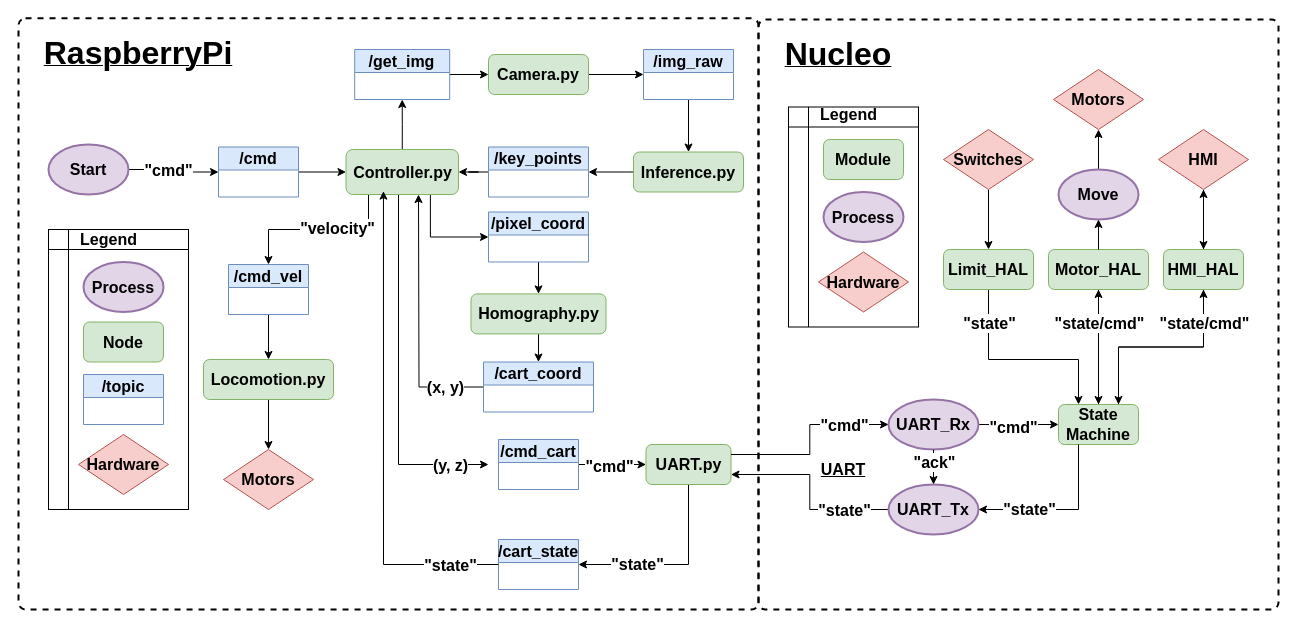
This is draw/control_res.drawio from loganhartford/weedy_scripts, a draw.io file, before an edit. Source tidied: cells renumbered, new cells numbered last; positions are measured from the earlier drawing's top-left corner, leaving out a move shared by most shapes. Both pictures are drawn from the tidied source at 100%, with x=0, y=0 at pixel (18, 18).
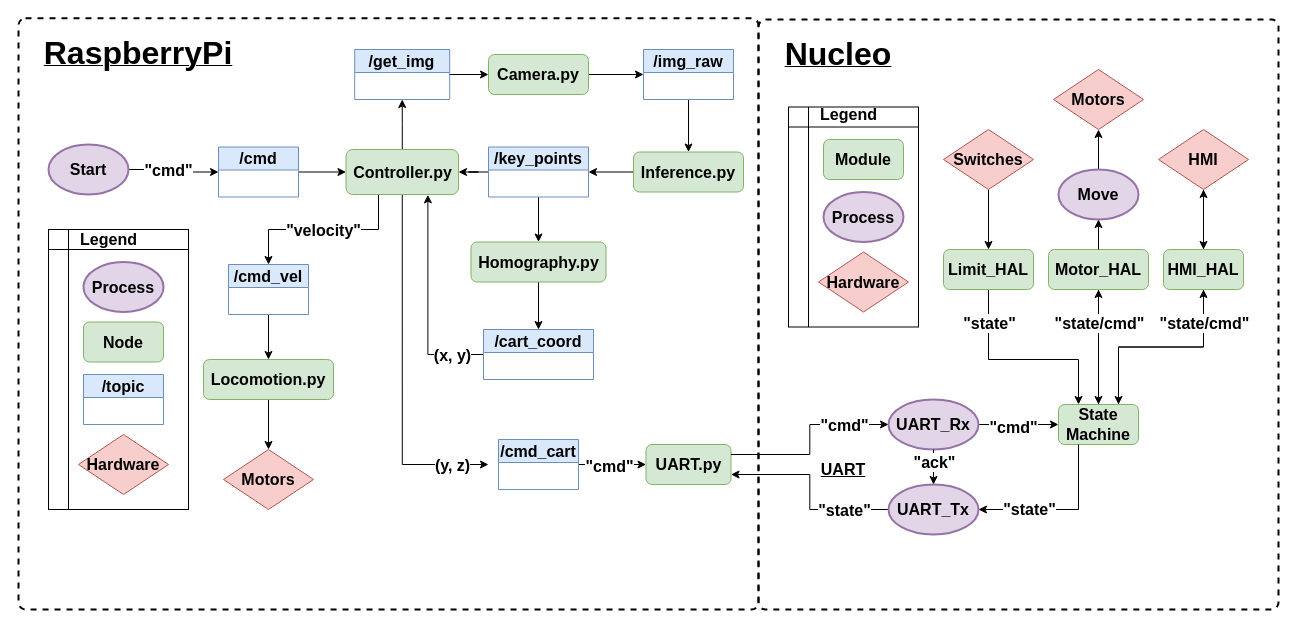
After the change.

Unchanged cells that the change refers to:
```xml
<mxCell id="13" value="Controller.py" style="rounded=1;whiteSpace=wrap;html=1;fillColor=#d5e8d4;strokeColor=#82b366;fontSize=16;fontStyle=1;" parent="1" vertex="1">
  <mxGeometry x="327.5" y="131" width="112.5" height="45" as="geometry" />
</mxCell>
<mxCell id="21" value="/cmd_vel" style="swimlane;whiteSpace=wrap;html=1;fillColor=#dae8fc;strokeColor=#6c8ebf;fontSize=16;fontStyle=1;" parent="1" vertex="1">
  <mxGeometry x="210" y="246" width="80" height="50" as="geometry" />
</mxCell>
<mxCell id="35" value="/key_points" style="swimlane;whiteSpace=wrap;html=1;startSize=23;fillColor=#dae8fc;strokeColor=#6c8ebf;fontSize=16;fontStyle=1;" parent="1" vertex="1">
  <mxGeometry x="470" y="128.5" width="100" height="50" as="geometry" />
</mxCell>
<mxCell id="48" value="UART.py" style="rounded=1;whiteSpace=wrap;html=1;fillColor=#d5e8d4;strokeColor=#82b366;fontSize=16;fontStyle=1;" parent="1" vertex="1">
  <mxGeometry x="627.5" y="426" width="85" height="40" as="geometry" />
</mxCell>
```

What changed in the source:
```diff
@@
-    <mxCell id="7" style="edgeStyle=orthogonalEdgeStyle;rounded=0;jettySize=auto;html=1;exitX=0.5;exitY=1;exitDx=0;exitDy=0;entryX=0.5;entryY=0;entryDx=0;entryDy=0;fontSize=16;fontStyle=1;" parent="1" edge="1" source="13" target="21">
+    <mxCell id="7" style="edgeStyle=orthogonalEdgeStyle;rounded=0;jettySize=auto;html=1;exitX=0.5;exitY=1;exitDx=0;exitDy=0;entryX=0.5;entryY=0;entryDx=0;entryDy=0;fontSize=16;fontStyle=1;" parent="1" edge="1" target="21">
       <mxGeometry relative="1" as="geometry">
+        <mxPoint x="393.8" y="176" as="sourcePoint" />
         <Array as="points">
-          <mxPoint x="350" y="176" />
-          <mxPoint x="350" y="211" />
+          <mxPoint x="360" y="176" />
+          <mxPoint x="360" y="211" />
           <mxPoint x="250" y="211" />
         </Array>
       </mxGeometry>
     </mxCell>
     <mxCell id="8" value="&quot;velocity&quot;" style="edgeLabel;html=1;align=center;verticalAlign=middle;fontSize=16;fontStyle=1;" parent="7" vertex="1">
-      <mxGeometry x="-0.02" y="-2" relative="1" as="geometry" />
+      <mxGeometry x="-0.02" y="-2" relative="1" as="geometry">
+        <mxPoint x="-19" y="2" as="offset" />
+      </mxGeometry>
     </mxCell>
@@
-    <mxCell id="10" style="edgeStyle=orthogonalEdgeStyle;rounded=0;orthogonalLoop=1;jettySize=auto;html=1;exitX=0.5;exitY=1;exitDx=0;exitDy=0;entryX=0;entryY=0.5;entryDx=0;entryDy=0;fontSize=16;fontStyle=1;" parent="1" edge="1">
+    <mxCell id="10" style="edgeStyle=orthogonalEdgeStyle;rounded=0;jettySize=auto;html=1;exitX=0.5;exitY=1;exitDx=0;exitDy=0;entryX=0;entryY=0.5;entryDx=0;entryDy=0;fontSize=16;fontStyle=1;" parent="1" edge="1" source="13">
       <mxGeometry relative="1" as="geometry">
-        <mxPoint x="365" y="176" as="sourcePoint" />
         <mxPoint x="470" y="446" as="targetPoint" />
         <Array as="points">
-          <mxPoint x="380" y="176" />
-          <mxPoint x="380" y="446" />
+          <mxPoint x="384" y="446" />
         </Array>
       </mxGeometry>
     </mxCell>
@@
-    <mxCell id="12" style="edgeStyle=orthogonalEdgeStyle;rounded=0;jettySize=auto;html=1;exitX=0.75;exitY=1;exitDx=0;exitDy=0;entryX=0;entryY=0.5;entryDx=0;entryDy=0;" parent="1" edge="1" source="13" target="93">
-      <mxGeometry relative="1" as="geometry" />
-    </mxCell>
@@
+    <mxCell id="94" style="edgeStyle=orthogonalEdgeStyle;rounded=0;jettySize=auto;html=1;exitX=0.5;exitY=1;exitDx=0;exitDy=0;entryX=0.5;entryY=0;entryDx=0;entryDy=0;" parent="1" edge="1" source="35" target="37">
+      <mxGeometry relative="1" as="geometry" />
+    </mxCell>
@@
     <mxCell id="37" value="Homography.py" style="rounded=1;whiteSpace=wrap;html=1;fillColor=#d5e8d4;strokeColor=#82b366;fontSize=16;fontStyle=1;" parent="1" vertex="1">
-      <mxGeometry x="452.5" y="275.4" width="135" height="40" as="geometry" />
+      <mxGeometry x="452.5" y="223.5" width="135" height="40" as="geometry" />
     </mxCell>
-    <mxCell id="38" style="edgeStyle=orthogonalEdgeStyle;rounded=0;jettySize=auto;html=1;exitX=0;exitY=0.5;exitDx=0;exitDy=0;entryX=0.5;entryY=1;entryDx=0;entryDy=0;fontSize=16;fontStyle=1;" parent="1" edge="1" source="40">
+    <mxCell id="38" style="edgeStyle=orthogonalEdgeStyle;rounded=0;jettySize=auto;html=1;exitX=0;exitY=0.5;exitDx=0;exitDy=0;entryX=0.728;entryY=1.006;entryDx=0;entryDy=0;fontSize=16;fontStyle=1;entryPerimeter=0;" parent="1" edge="1" source="40" target="13">
       <mxGeometry relative="1" as="geometry">
-        <mxPoint x="400" y="176" as="targetPoint" />
+        <Array as="points">
+          <mxPoint x="410" y="336" />
+          <mxPoint x="410" y="176" />
+        </Array>
       </mxGeometry>
     </mxCell>
@@
     <mxCell id="40" value="/cart_coord" style="swimlane;whiteSpace=wrap;html=1;fillColor=#dae8fc;strokeColor=#6c8ebf;fontSize=16;fontStyle=1;" parent="1" vertex="1">
-      <mxGeometry x="465" y="343.5" width="110" height="50" as="geometry" />
+      <mxGeometry x="465" y="311" width="110" height="50" as="geometry" />
     </mxCell>
@@
-    <mxCell id="46" style="edgeStyle=orthogonalEdgeStyle;rounded=0;jettySize=auto;html=1;exitX=0.5;exitY=1;exitDx=0;exitDy=0;entryX=1;entryY=0.5;entryDx=0;entryDy=0;fontSize=16;fontStyle=1;" parent="1" edge="1" source="48" target="62">
-      <mxGeometry relative="1" as="geometry" />
-    </mxCell>
-    <mxCell id="47" value="&quot;state&quot;" style="edgeLabel;html=1;align=center;verticalAlign=middle;fontSize=16;fontStyle=1;" parent="46" vertex="1">
-      <mxGeometry x="0.39" y="-1" relative="1" as="geometry" />
-    </mxCell>
@@
-    <mxCell id="62" value="/cart_state" style="swimlane;whiteSpace=wrap;html=1;fillColor=#dae8fc;strokeColor=#6c8ebf;fontSize=16;fontStyle=1;" parent="1" vertex="1">
-      <mxGeometry x="480" y="521" width="80" height="50" as="geometry" />
-    </mxCell>
@@
-    <mxCell id="90" style="edgeStyle=orthogonalEdgeStyle;rounded=0;jettySize=auto;html=1;exitX=0;exitY=0.5;exitDx=0;exitDy=0;entryX=0.333;entryY=0.926;entryDx=0;entryDy=0;entryPerimeter=0;" parent="1" edge="1" source="62" target="13">
-      <mxGeometry relative="1" as="geometry" />
-    </mxCell>
-    <mxCell id="91" value="&quot;state&quot;" style="edgeLabel;html=1;align=center;verticalAlign=middle;fontStyle=1;fontSize=16;" parent="90" vertex="1">
-      <mxGeometry x="-0.78" y="-2" relative="1" as="geometry">
-        <mxPoint x="5" y="2" as="offset" />
-      </mxGeometry>
-    </mxCell>
-    <mxCell id="92" style="edgeStyle=orthogonalEdgeStyle;rounded=0;jettySize=auto;html=1;exitX=0.5;exitY=1;exitDx=0;exitDy=0;entryX=0.5;entryY=0;entryDx=0;entryDy=0;" parent="1" edge="1" source="93" target="37">
-      <mxGeometry relative="1" as="geometry" />
-    </mxCell>
-    <mxCell id="93" value="/pixel_coord" style="swimlane;whiteSpace=wrap;html=1;startSize=23;fillColor=#dae8fc;strokeColor=#6c8ebf;fontSize=16;fontStyle=1;" parent="1" vertex="1">
-      <mxGeometry x="470" y="193.5" width="100" height="50" as="geometry" />
-    </mxCell>
```
